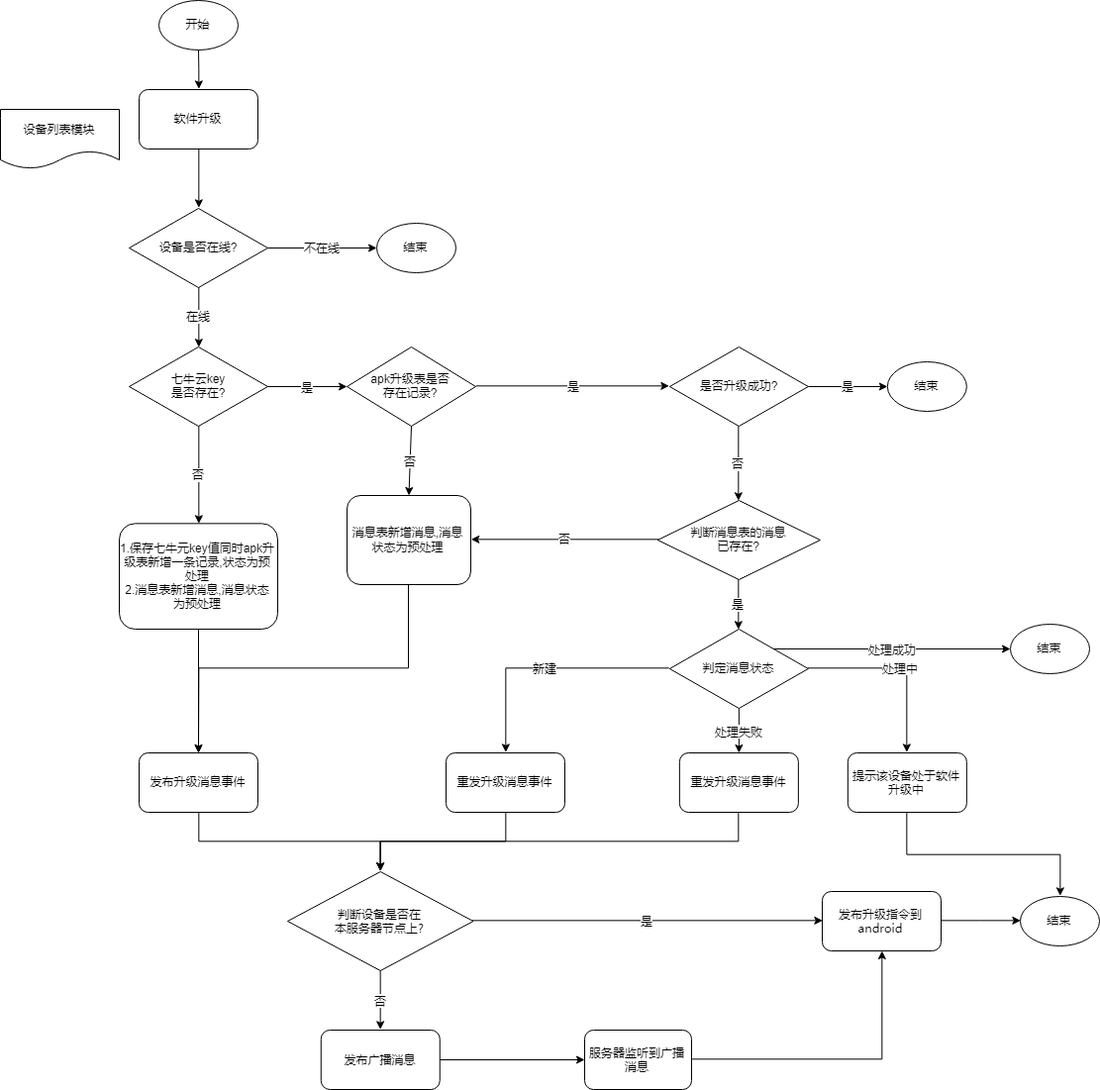
wanweikang/flowchart keeps this draw.io diagram as 流程图-软件升级.png. Above is the earlier version. Source tidied: cells renumbered, new cells last; positions are measured from the earlier drawing's top-left corner, leaving out a move shared by most shapes.
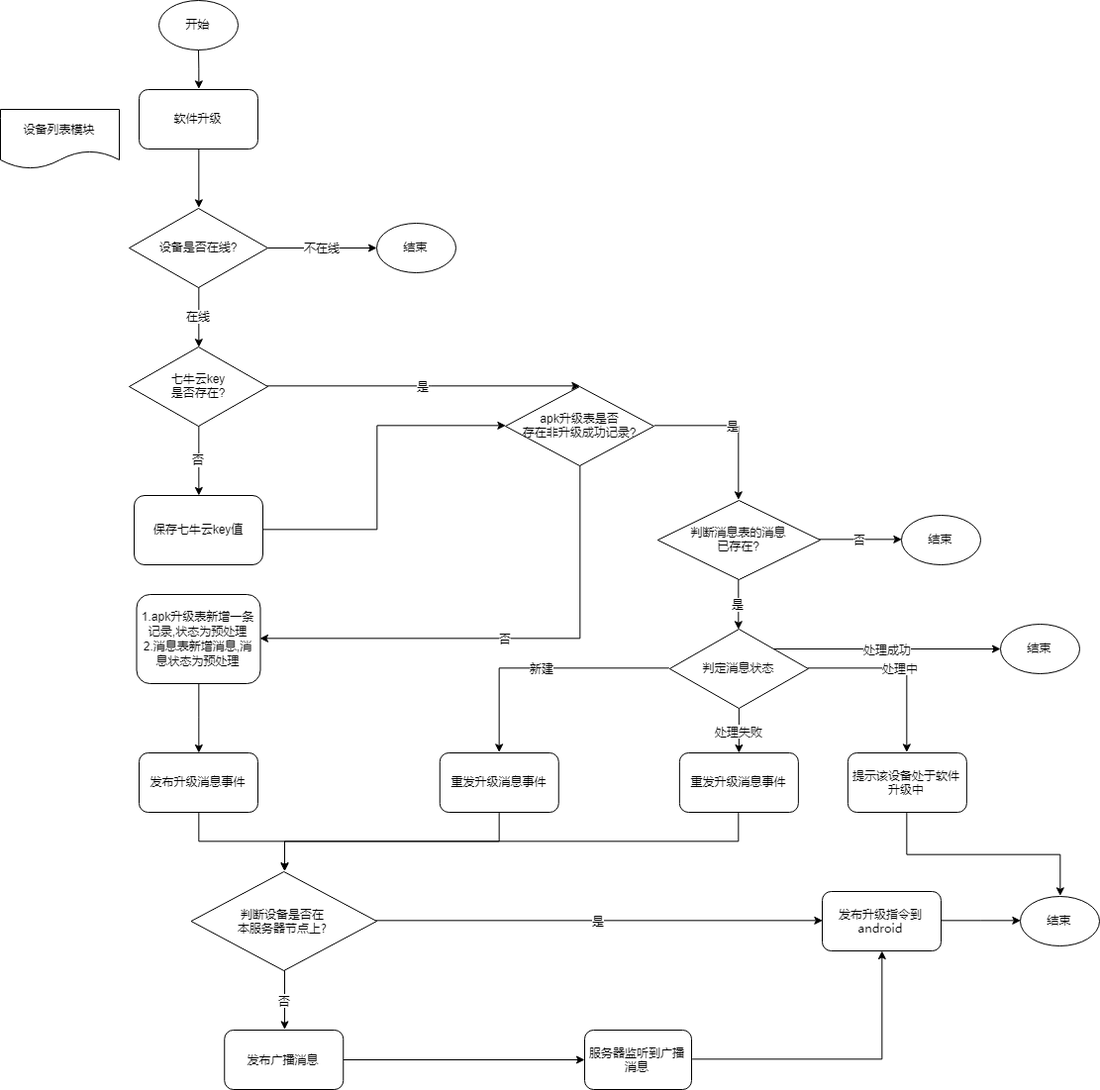
Above is the later version.

Commit message:
Added 流程图-软件升级.png

The edit, as a diff of the source:
```diff
@@ -20,35 +20,31 @@
     <mxCell id="7" value="否" style="edgeStyle=orthogonalEdgeStyle;rounded=0;jettySize=auto;html=1;exitX=0.5;exitY=1;exitDx=0;exitDy=0;" parent="1" edge="1" source="9" target="21">
       <mxGeometry relative="1" as="geometry" />
     </mxCell>
-    <mxCell id="8" value="是" style="edgeStyle=orthogonalEdgeStyle;rounded=0;jettySize=auto;html=1;fontFamily=Garamond;" parent="1" edge="1" source="9" target="11">
-      <mxGeometry relative="1" as="geometry" />
+    <mxCell id="8" value="是" style="edgeStyle=orthogonalEdgeStyle;rounded=0;jettySize=auto;html=1;fontFamily=Garamond;entryX=0.5;entryY=0;entryDx=0;entryDy=0;" parent="1" edge="1" source="9" target="11">
+      <mxGeometry relative="1" as="geometry">
+        <Array as="points">
+          <mxPoint x="435" y="389" />
+        </Array>
+      </mxGeometry>
     </mxCell>
     <mxCell id="9" value="七牛云key&lt;br&gt;是否存在?" style="rhombus;whiteSpace=wrap;html=1;" parent="1" vertex="1">
       <mxGeometry x="130" y="350" width="140" height="80" as="geometry" />
     </mxCell>
-    <mxCell id="10" value="是" style="edgeStyle=orthogonalEdgeStyle;rounded=0;jettySize=auto;html=1;exitX=1;exitY=0.5;exitDx=0;exitDy=0;entryX=0;entryY=0.5;entryDx=0;entryDy=0;fontFamily=Garamond;" parent="1" edge="1" source="11" target="14">
+    <mxCell id="10" value="是" style="edgeStyle=orthogonalEdgeStyle;rounded=0;jettySize=auto;html=1;exitX=1;exitY=0.5;exitDx=0;exitDy=0;entryX=0.5;entryY=0;entryDx=0;entryDy=0;fontFamily=Garamond;" parent="1" edge="1" source="11" target="17">
       <mxGeometry relative="1" as="geometry" />
     </mxCell>
+    <mxCell id="49" value="否" style="edgeStyle=orthogonalEdgeStyle;rounded=0;jettySize=auto;html=1;exitX=0.5;exitY=1;exitDx=0;exitDy=0;entryX=1;entryY=0.5;entryDx=0;entryDy=0;fontFamily=Garamond;" parent="1" edge="1" source="11" target="51">
+      <mxGeometry relative="1" as="geometry" />
+    </mxCell>
-    <mxCell id="11" value="apk升级表是否&lt;br&gt;存在记录?" style="rhombus;whiteSpace=wrap;html=1;" parent="1" vertex="1">
-      <mxGeometry x="350" y="350" width="130" height="80" as="geometry" />
+    <mxCell id="11" value="apk升级表是否&lt;br&gt;存在非升级成功记录?" style="rhombus;whiteSpace=wrap;html=1;" parent="1" vertex="1">
+      <mxGeometry x="510" y="390" width="150" height="80" as="geometry" />
     </mxCell>
-    <mxCell id="12" value="是" style="edgeStyle=orthogonalEdgeStyle;rounded=0;jettySize=auto;html=1;" parent="1" edge="1" source="14">
-      <mxGeometry relative="1" as="geometry">
-        <mxPoint x="895.9" y="390" as="targetPoint" />
-      </mxGeometry>
-    </mxCell>
-    <mxCell id="13" value="否" style="edgeStyle=orthogonalEdgeStyle;rounded=0;jettySize=auto;html=1;" parent="1" edge="1" source="14" target="17">
-      <mxGeometry relative="1" as="geometry" />
-    </mxCell>
-    <mxCell id="14" value="是否升级成功?" style="rhombus;whiteSpace=wrap;html=1;" parent="1" vertex="1">
-      <mxGeometry x="675.9" y="350" width="140" height="80" as="geometry" />
-    </mxCell>
-    <mxCell id="15" value="否" style="edgeStyle=orthogonalEdgeStyle;rounded=0;jettySize=auto;html=1;entryX=1;entryY=0.5;entryDx=0;entryDy=0;" parent="1" edge="1" source="17" target="51">
-      <mxGeometry relative="1" as="geometry" />
-    </mxCell>
     <mxCell id="16" value="是" style="edgeStyle=orthogonalEdgeStyle;rounded=0;jettySize=auto;html=1;" parent="1" edge="1" source="17" target="20">
       <mxGeometry relative="1" as="geometry" />
     </mxCell>
+    <mxCell id="52" value="否" style="edgeStyle=orthogonalEdgeStyle;rounded=0;jettySize=auto;html=1;fontFamily=Garamond;entryX=0;entryY=0.5;entryDx=0;entryDy=0;" parent="1" edge="1" source="17" target="24">
+      <mxGeometry relative="1" as="geometry" />
+    </mxCell>
     <mxCell id="17" value="判断消息表的消息&lt;br&gt;已存在?" style="rhombus;whiteSpace=wrap;html=1;" parent="1" vertex="1">
       <mxGeometry x="663.8" y="505" width="164.1" height="80" as="geometry" />
     </mxCell>
@@ -61,8 +57,16 @@
     <mxCell id="20" value="判定消息状态" style="rhombus;whiteSpace=wrap;html=1;" parent="1" vertex="1">
       <mxGeometry x="675.9" y="635" width="140" height="80" as="geometry" />
     </mxCell>
+    <mxCell id="53" style="edgeStyle=orthogonalEdgeStyle;rounded=0;jettySize=auto;html=1;exitX=1;exitY=0.5;exitDx=0;exitDy=0;entryX=0;entryY=0.5;entryDx=0;entryDy=0;fontFamily=Garamond;" parent="1" edge="1" source="21" target="11">
+      <mxGeometry relative="1" as="geometry">
+        <Array as="points">
+          <mxPoint x="380" y="534" />
+          <mxPoint x="380" y="429" />
+        </Array>
+      </mxGeometry>
+    </mxCell>
-    <mxCell id="21" value="1.保存七牛元key值同时apk升级表新增一条记录,状态为预处理&lt;br&gt;2.消息表新增消息,消息状态为预处理" style="rounded=1;whiteSpace=wrap;html=1;" parent="1" vertex="1">
-      <mxGeometry x="120" y="528.3" width="160" height="106.7" as="geometry" />
+    <mxCell id="21" value="保存七牛云key值" style="rounded=1;whiteSpace=wrap;html=1;" parent="1" vertex="1">
+      <mxGeometry x="135" y="500" width="130" height="70" as="geometry" />
     </mxCell>
     <mxCell id="22" style="edgeStyle=orthogonalEdgeStyle;rounded=0;jettySize=auto;html=1;exitX=0.5;exitY=1;exitDx=0;exitDy=0;entryX=0.5;entryY=0;entryDx=0;entryDy=0;fontFamily=Garamond;" parent="1" edge="1" source="23" target="40">
       <mxGeometry relative="1" as="geometry" />
@@ -70,9 +74,6 @@
     <mxCell id="23" value="发布升级消息事件" style="rounded=1;whiteSpace=wrap;html=1;" parent="1" vertex="1">
       <mxGeometry x="140" y="760" width="120" height="60" as="geometry" />
     </mxCell>
-    <mxCell id="24" value="结束" style="ellipse;whiteSpace=wrap;html=1;" parent="1" vertex="1">
-      <mxGeometry x="895.9" y="365" width="80" height="50" as="geometry" />
-    </mxCell>
     <mxCell id="25" value="在线" style="edgeStyle=orthogonalEdgeStyle;rounded=0;jettySize=auto;html=1;exitX=0.5;exitY=1;exitDx=0;exitDy=0;" parent="1" edge="1" source="27" target="9">
       <mxGeometry relative="1" as="geometry" />
     </mxCell>
@@ -91,13 +92,13 @@
       <mxGeometry relative="1" as="geometry" />
     </mxCell>
     <mxCell id="30" value="重发升级消息事件" style="rounded=1;whiteSpace=wrap;html=1;" parent="1" vertex="1">
-      <mxGeometry x="450" y="760" width="120" height="60" as="geometry" />
+      <mxGeometry x="443.8" y="760" width="120" height="60" as="geometry" />
     </mxCell>
     <mxCell id="31" value="处理失败" style="endArrow=classic;html=1;fontFamily=Garamond;entryX=0.5;entryY=0;entryDx=0;entryDy=0;exitX=0.5;exitY=1;exitDx=0;exitDy=0;" parent="1" edge="1" source="20" target="37">
       <mxGeometry relative="1" as="geometry" />
     </mxCell>
     <mxCell id="32" value="结束" style="ellipse;whiteSpace=wrap;html=1;" parent="1" vertex="1">
-      <mxGeometry x="1020" y="630" width="80" height="50" as="geometry" />
+      <mxGeometry x="1010" y="630" width="80" height="50" as="geometry" />
     </mxCell>
     <mxCell id="33" style="edgeStyle=orthogonalEdgeStyle;rounded=0;jettySize=auto;html=1;exitX=0.5;exitY=1;exitDx=0;exitDy=0;entryX=0.5;entryY=0;entryDx=0;entryDy=0;fontFamily=Garamond;" parent="1" edge="1" source="34" target="48">
       <mxGeometry relative="1" as="geometry" />
@@ -121,13 +122,13 @@
       <mxGeometry relative="1" as="geometry" />
     </mxCell>
     <mxCell id="40" value="判断设备是否在&lt;br&gt;本服务器节点上?" style="rhombus;whiteSpace=wrap;html=1;fontFamily=Garamond;" parent="1" vertex="1">
-      <mxGeometry x="290" y="880" width="187.5" height="100" as="geometry" />
+      <mxGeometry x="192.5" y="880" width="187.5" height="100" as="geometry" />
     </mxCell>
     <mxCell id="41" style="edgeStyle=orthogonalEdgeStyle;rounded=0;jettySize=auto;html=1;fontFamily=Garamond;" parent="1" edge="1" source="42" target="44">
       <mxGeometry relative="1" as="geometry" />
     </mxCell>
     <mxCell id="42" value="发布广播消息" style="rounded=1;whiteSpace=wrap;html=1;fontFamily=Garamond;" parent="1" vertex="1">
-      <mxGeometry x="323.8" y="1040" width="120" height="60" as="geometry" />
+      <mxGeometry x="226.2" y="1040" width="120" height="60" as="geometry" />
     </mxCell>
     <mxCell id="43" style="edgeStyle=orthogonalEdgeStyle;rounded=0;jettySize=auto;html=1;exitX=1;exitY=0.5;exitDx=0;exitDy=0;fontFamily=Garamond;" parent="1" edge="1" source="44" target="47">
       <mxGeometry relative="1" as="geometry" />
@@ -135,9 +136,6 @@
     <mxCell id="44" value="服务器监听到广播消息" style="rounded=1;whiteSpace=wrap;html=1;fontFamily=Garamond;" parent="1" vertex="1">
       <mxGeometry x="590" y="1040" width="108" height="60" as="geometry" />
     </mxCell>
-    <mxCell id="45" style="endArrow=classic;html=1;fontFamily=Garamond;entryX=0.5;entryY=0;entryDx=0;entryDy=0;exitX=0.5;exitY=1;exitDx=0;exitDy=0;" parent="1" edge="1" source="21" target="23">
-      <mxGeometry relative="1" as="geometry" />
-    </mxCell>
     <mxCell id="46" style="edgeStyle=orthogonalEdgeStyle;rounded=0;jettySize=auto;html=1;fontFamily=Garamond;entryX=0;entryY=0.5;entryDx=0;entryDy=0;" parent="1" edge="1" source="47" target="48">
       <mxGeometry relative="1" as="geometry" />
     </mxCell>
@@ -147,16 +145,14 @@
     <mxCell id="48" value="结束" style="ellipse;whiteSpace=wrap;html=1;" parent="1" vertex="1">
       <mxGeometry x="1030" y="905" width="80" height="50" as="geometry" />
     </mxCell>
-    <mxCell id="49" value="否" style="endArrow=classic;html=1;fontFamily=Garamond;exitX=0.5;exitY=1;exitDx=0;exitDy=0;entryX=0.5;entryY=0;entryDx=0;entryDy=0;" parent="1" edge="1" source="11" target="51">
-      <mxGeometry relative="1" as="geometry" />
-    </mxCell>
-    <mxCell id="50" style="edgeStyle=orthogonalEdgeStyle;rounded=0;jettySize=auto;html=1;exitX=0.5;exitY=1;exitDx=0;exitDy=0;fontFamily=Garamond;" parent="1" edge="1" source="51">
-      <mxGeometry relative="1" as="geometry">
-        <mxPoint x="200" y="760" as="targetPoint" />
-      </mxGeometry>
+    <mxCell id="50" style="edgeStyle=orthogonalEdgeStyle;rounded=0;jettySize=auto;html=1;exitX=0.5;exitY=1;exitDx=0;exitDy=0;fontFamily=Garamond;" parent="1" edge="1" source="51" target="23">
+      <mxGeometry relative="1" as="geometry" />
     </mxCell>
-    <mxCell id="51" value="&lt;span style=&quot;font-family: &amp;#34;helvetica&amp;#34; ; white-space: normal&quot;&gt;消息表新增消息,消息状态为预处理&lt;/span&gt;" style="rounded=1;whiteSpace=wrap;html=1;fontFamily=Garamond;" parent="1" vertex="1">
-      <mxGeometry x="350" y="500" width="125" height="90" as="geometry" />
+    <mxCell id="51" value="&lt;span style=&quot;font-family: &amp;#34;helvetica&amp;#34; ; white-space: normal&quot;&gt;1.apk升级表新增一条记录,状态为预处理&lt;br&gt;2.消息表新增消息,消息状态为预处理&lt;/span&gt;" style="rounded=1;whiteSpace=wrap;html=1;fontFamily=Garamond;" parent="1" vertex="1">
+      <mxGeometry x="137.5" y="600" width="125" height="90" as="geometry" />
     </mxCell>
+    <mxCell id="24" value="结束" style="ellipse;whiteSpace=wrap;html=1;" parent="1" vertex="1">
+      <mxGeometry x="910" y="520" width="80" height="50" as="geometry" />
+    </mxCell>
   </root>
 </mxGraphModel>
```
